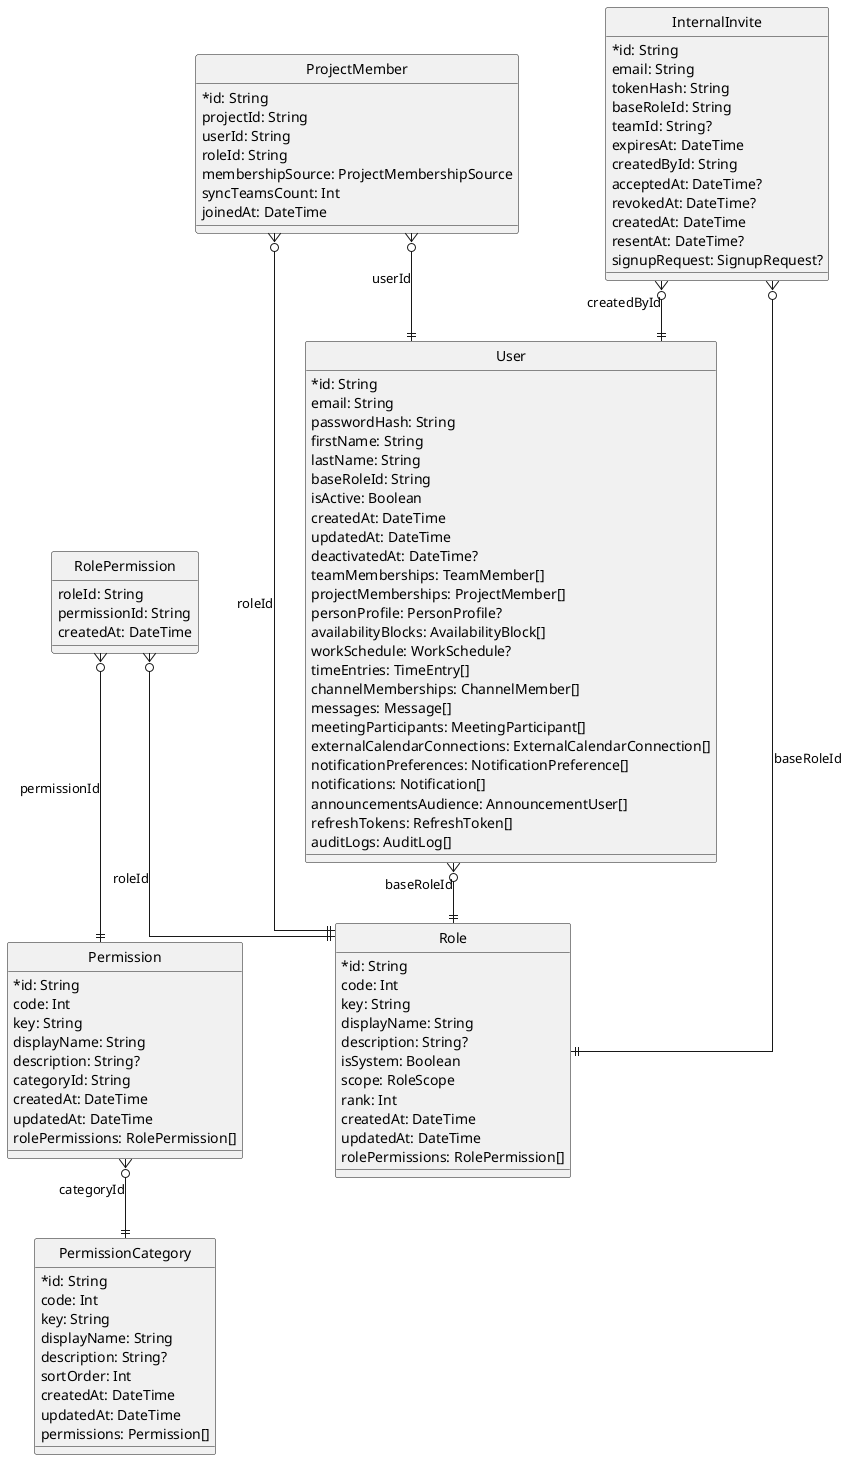
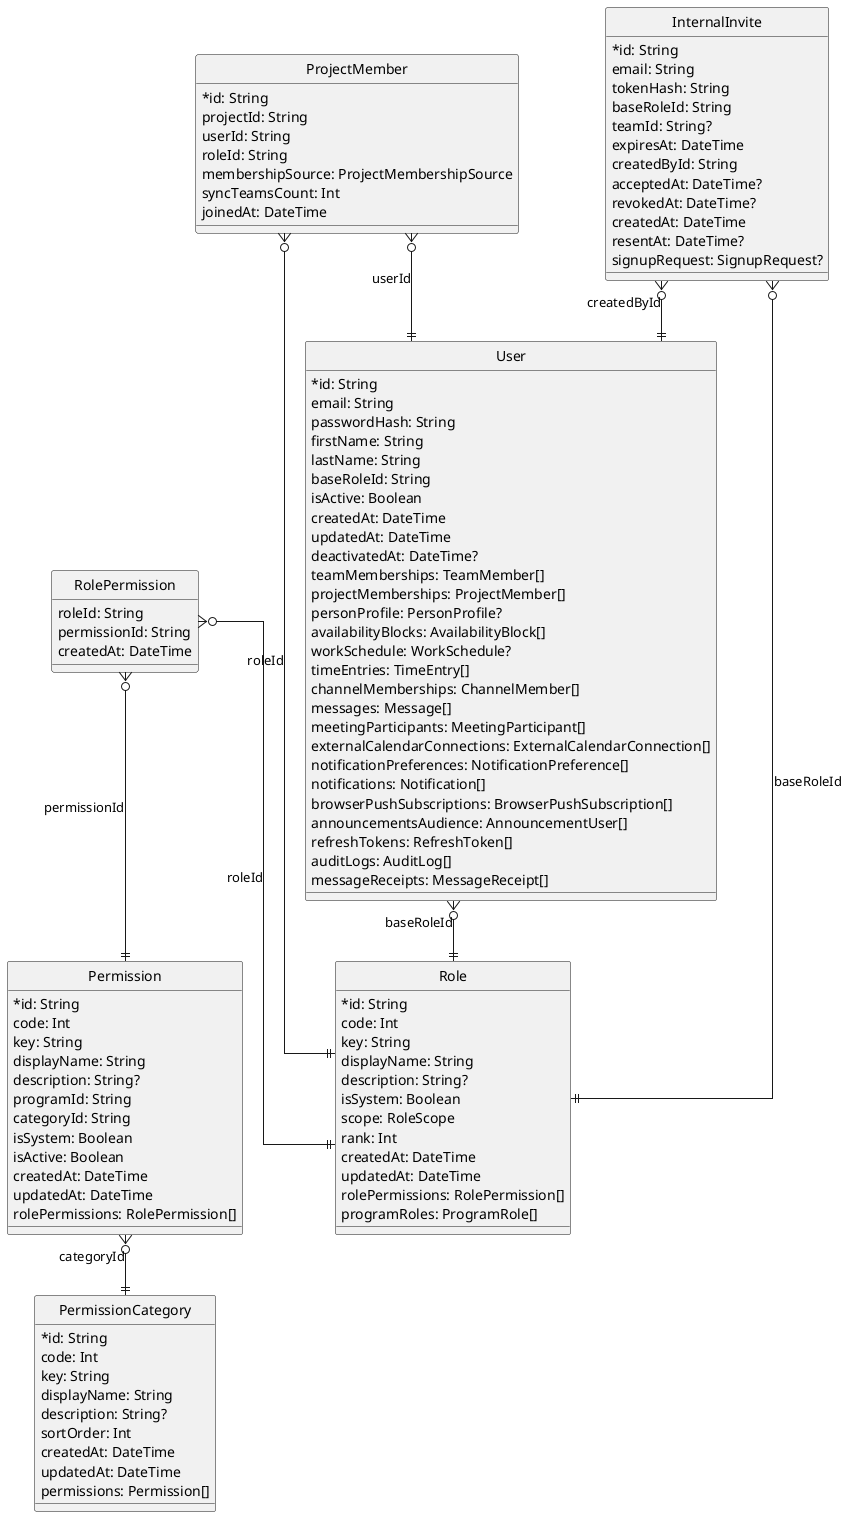
@startuml
hide circle
skinparam linetype ortho
skinparam classAttributeIconSize 0

entity "PermissionCategory" as PermissionCategory {
  * id: String
    code: Int
    key: String
    displayName: String
    description: String?
    sortOrder: Int
    createdAt: DateTime
    updatedAt: DateTime
    permissions: Permission[]
}

entity "Permission" as Permission {
  * id: String
    code: Int
    key: String
    displayName: String
    description: String?
+     programId: String
    categoryId: String
+     isSystem: Boolean
+     isActive: Boolean
    createdAt: DateTime
    updatedAt: DateTime
    rolePermissions: RolePermission[]
}

entity "Role" as Role {
  * id: String
    code: Int
    key: String
    displayName: String
    description: String?
    isSystem: Boolean
    scope: RoleScope
    rank: Int
    createdAt: DateTime
    updatedAt: DateTime
    rolePermissions: RolePermission[]
+     programRoles: ProgramRole[]
}

entity "RolePermission" as RolePermission {
    roleId: String
    permissionId: String
    createdAt: DateTime
}

entity "User" as User {
  * id: String
    email: String
    passwordHash: String
    firstName: String
    lastName: String
    baseRoleId: String
    isActive: Boolean
    createdAt: DateTime
    updatedAt: DateTime
    deactivatedAt: DateTime?
    teamMemberships: TeamMember[]
    projectMemberships: ProjectMember[]
    personProfile: PersonProfile?
    availabilityBlocks: AvailabilityBlock[]
    workSchedule: WorkSchedule?
    timeEntries: TimeEntry[]
    channelMemberships: ChannelMember[]
    messages: Message[]
    meetingParticipants: MeetingParticipant[]
    externalCalendarConnections: ExternalCalendarConnection[]
    notificationPreferences: NotificationPreference[]
    notifications: Notification[]
+     browserPushSubscriptions: BrowserPushSubscription[]
    announcementsAudience: AnnouncementUser[]
    refreshTokens: RefreshToken[]
    auditLogs: AuditLog[]
+     messageReceipts: MessageReceipt[]
}

entity "ProjectMember" as ProjectMember {
  * id: String
    projectId: String
    userId: String
    roleId: String
    membershipSource: ProjectMembershipSource
    syncTeamsCount: Int
    joinedAt: DateTime
}

entity "InternalInvite" as InternalInvite {
  * id: String
    email: String
    tokenHash: String
    baseRoleId: String
    teamId: String?
    expiresAt: DateTime
    createdById: String
    acceptedAt: DateTime?
    revokedAt: DateTime?
    createdAt: DateTime
    resentAt: DateTime?
    signupRequest: SignupRequest?
}

Permission }o--|| PermissionCategory : categoryId
RolePermission }o--|| Role : roleId
RolePermission }o--|| Permission : permissionId
User }o--|| Role : baseRoleId
ProjectMember }o--|| User : userId
ProjectMember }o--|| Role : roleId
InternalInvite }o--|| User : createdById
InternalInvite }o--|| Role : baseRoleId

@enduml
